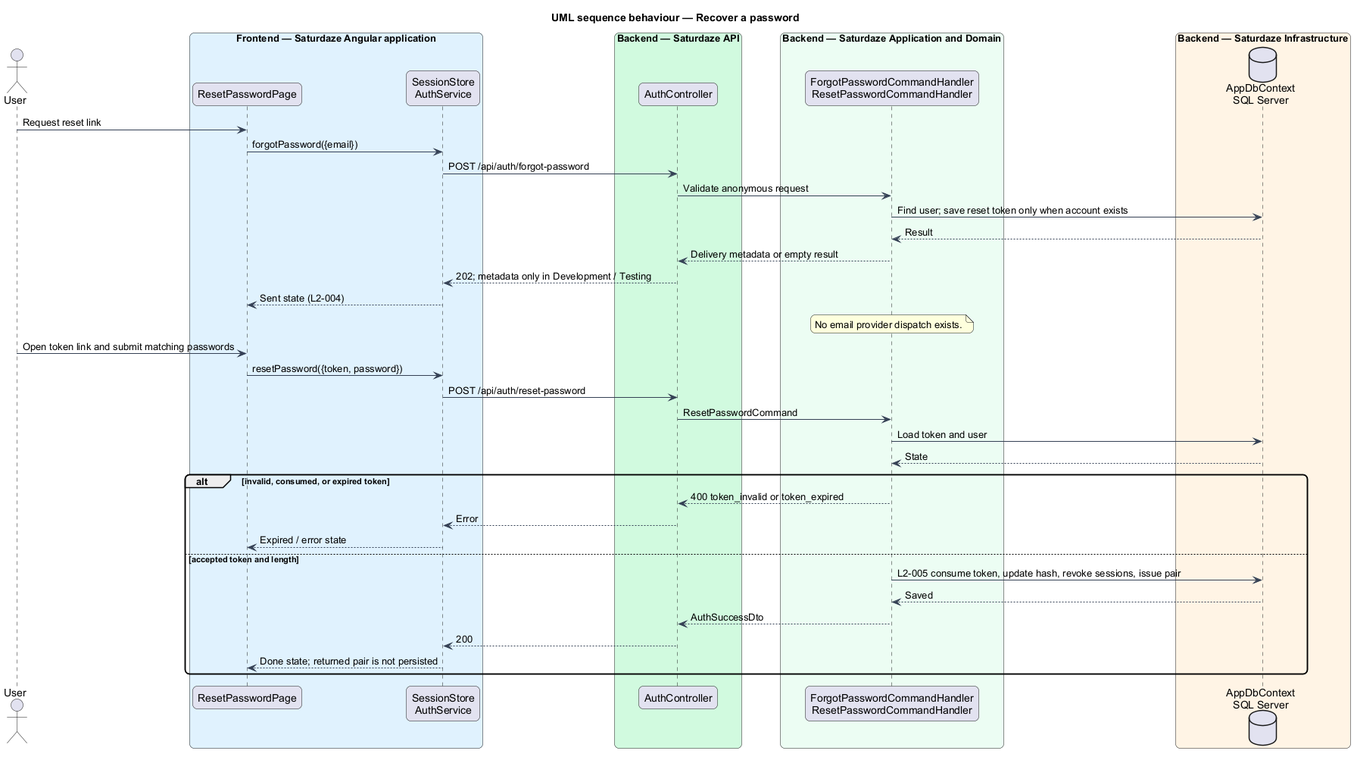
Above: docs/detailed-designs/identity-and-access/recover-password/diagrams/sequence-recover-password.png in QuinntyneBrown/saturdaze (PlantUML), before the change. Source of this version:
```plantuml
@startuml
title UML sequence behaviour — Recover a password
skinparam backgroundColor #FFFFFF
skinparam shadowing false
skinparam roundcorner 12
skinparam defaultFontName Arial
skinparam ArrowColor #344054
actor "User" as actor
box "Frontend — Saturdaze Angular application" #E0F2FE
 participant "ResetPasswordPage" as page
 participant "SessionStore\nAuthService" as client
end box
box "Backend — Saturdaze API" #D1FADF
 participant "AuthController" as controller
end box
box "Backend — Saturdaze Application and Domain" #ECFDF3
 participant "ForgotPasswordCommandHandler\nResetPasswordCommandHandler" as handler
end box
box "Backend — Saturdaze Infrastructure" #FFF4E5
 database "AppDbContext\nSQL Server" as db
end box
actor -> page : Request reset link
page -> client : forgotPassword({email})
client -> controller : POST /api/auth/forgot-password
controller -> handler : Validate anonymous request
handler -> db : Find user; save reset token only when account exists
db --> handler : Result
handler --> controller : Delivery metadata or empty result
controller --> client : 202; metadata only in Development / Testing
client --> page : Sent state (L2-004)
note over handler
No email provider dispatch exists.
end note
actor -> page : Open token link and submit matching passwords
page -> client : resetPassword({token, password})
client -> controller : POST /api/auth/reset-password
controller -> handler : ResetPasswordCommand
handler -> db : Load token and user
db --> handler : State
alt invalid, consumed, or expired token
handler --> controller : 400 token_invalid or token_expired
controller --> client : Error
client --> page : Expired / error state
else accepted token and length
handler -> db : L2-005 consume token, update hash, revoke sessions, issue pair
db --> handler : Saved
handler --> controller : AuthSuccessDto
controller --> client : 200
client --> page : Done state; returned pair is not persisted
end
@enduml
```
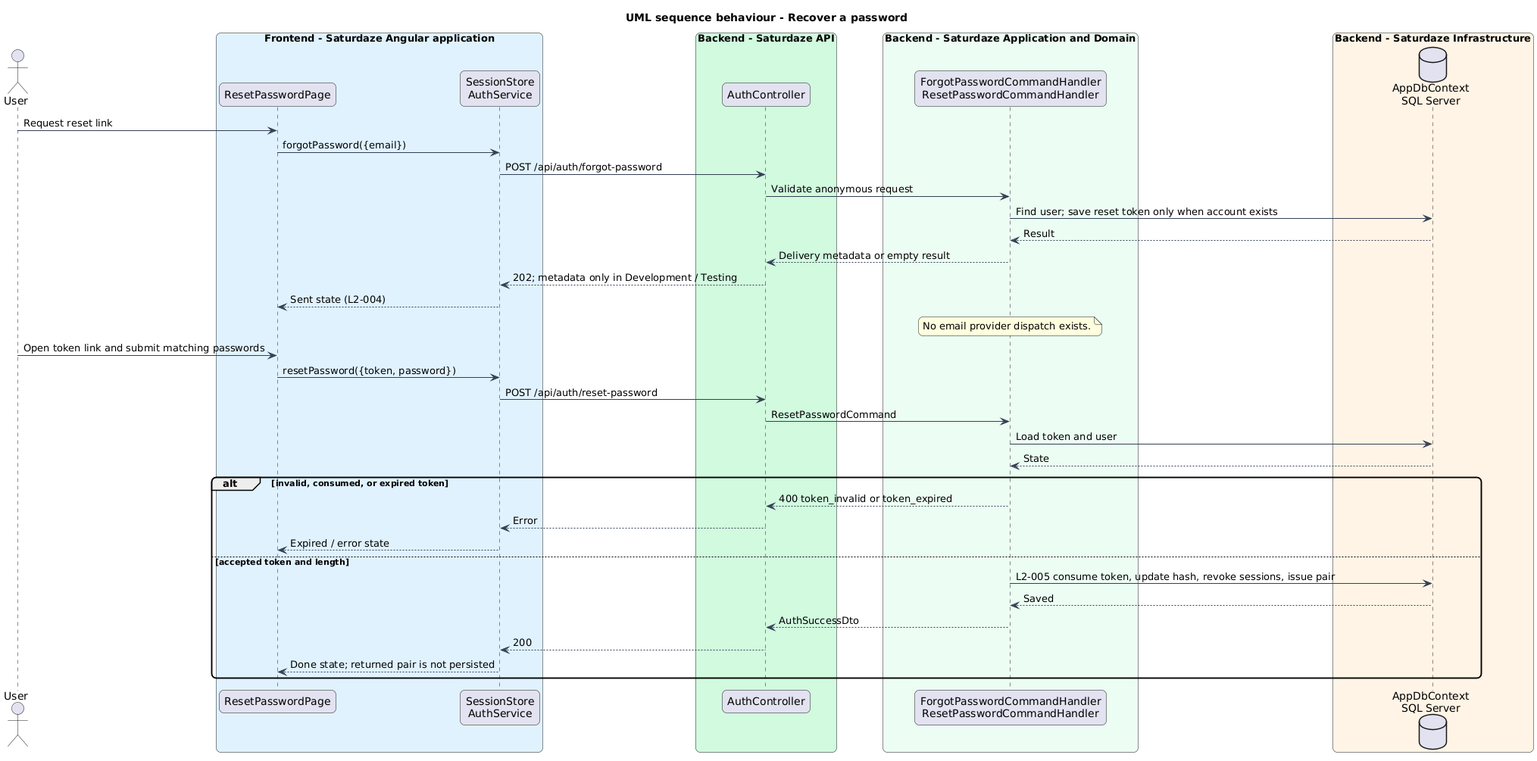
Above is the later version.

Change to the diagram source:
```diff
@@ -1,22 +1,22 @@
 @startuml
-title UML sequence behaviour — Recover a password
+title UML sequence behaviour - Recover a password
 skinparam backgroundColor #FFFFFF
 skinparam shadowing false
 skinparam roundcorner 12
 skinparam defaultFontName Arial
 skinparam ArrowColor #344054
 actor "User" as actor
-box "Frontend — Saturdaze Angular application" #E0F2FE
+box "Frontend - Saturdaze Angular application" #E0F2FE
  participant "ResetPasswordPage" as page
  participant "SessionStore\nAuthService" as client
 end box
-box "Backend — Saturdaze API" #D1FADF
+box "Backend - Saturdaze API" #D1FADF
  participant "AuthController" as controller
 end box
-box "Backend — Saturdaze Application and Domain" #ECFDF3
+box "Backend - Saturdaze Application and Domain" #ECFDF3
  participant "ForgotPasswordCommandHandler\nResetPasswordCommandHandler" as handler
 end box
-box "Backend — Saturdaze Infrastructure" #FFF4E5
+box "Backend - Saturdaze Infrastructure" #FFF4E5
  database "AppDbContext\nSQL Server" as db
 end box
 actor -> page : Request reset link
```
